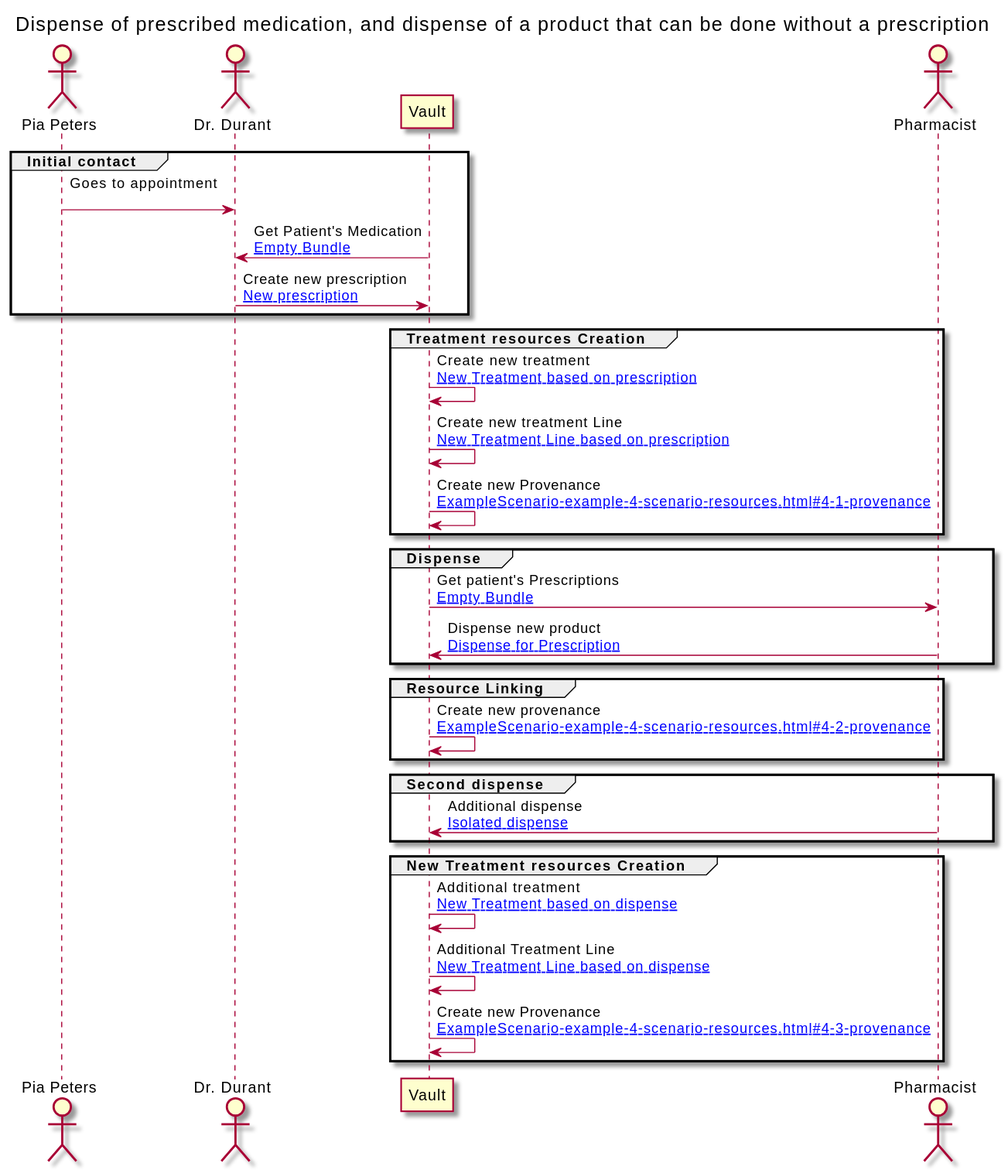
Earlier version of the PlantUML export branches/master/ExampleScenario-example-4-scenario.svg (jcostateixeira/riziv-medication-record).
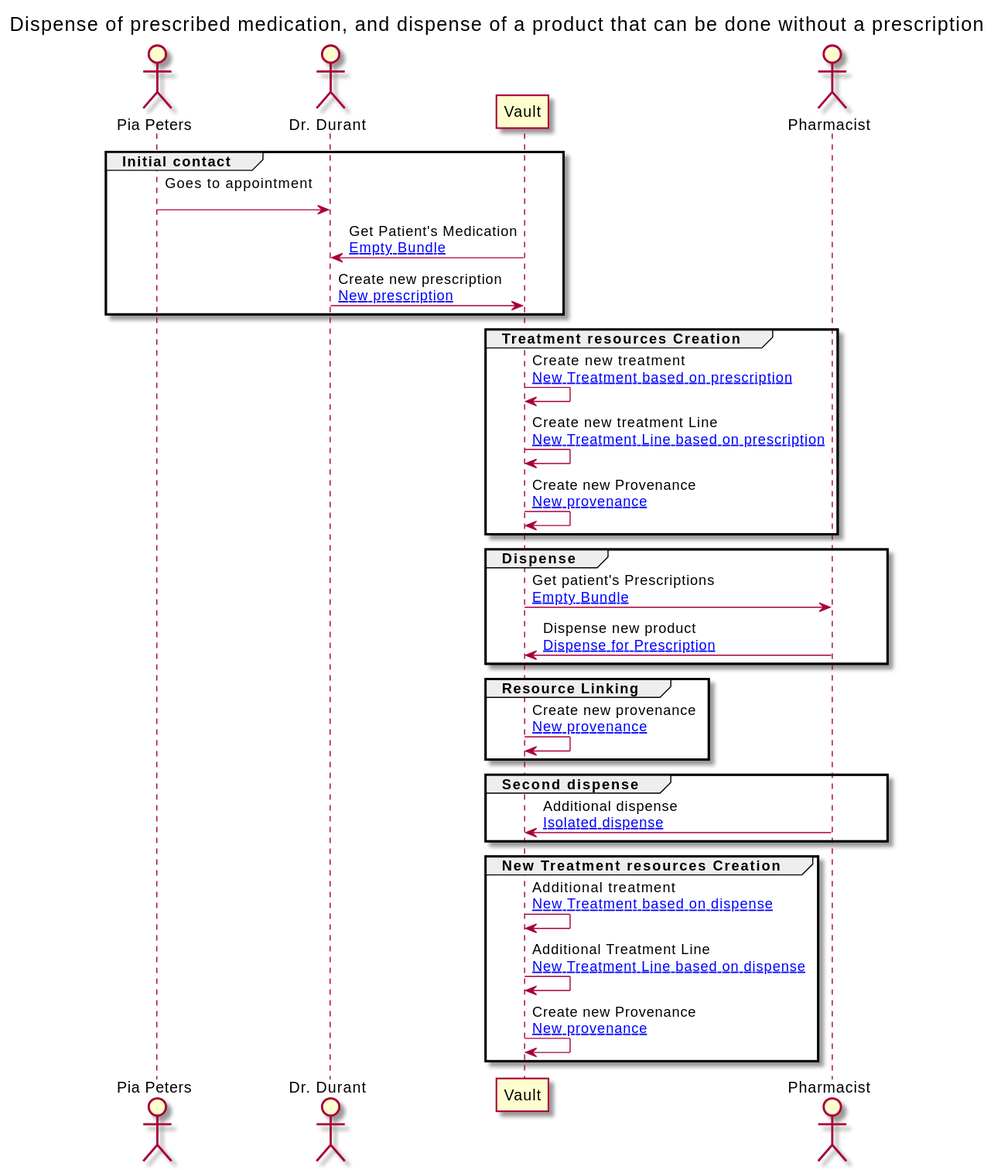
After the change.

The edit, as a diff of the source:
```diff
@@ -24,7 +24,7 @@
 
 VAULT -> VAULT : Create new treatment\n[[ExampleScenario-example-4-scenario-resources.html#4-1-treatment New Treatment based on prescription]]
 VAULT -> VAULT : Create new treatment Line\n[[ExampleScenario-example-4-scenario-resources.html#4-1-treatmentLine New Treatment Line based on prescription]]
-VAULT -> VAULT : Create new Provenance\n[[ExampleScenario-example-4-scenario-resources.html#4-1-provenance ]]
+VAULT -> VAULT : Create new Provenance\n[[ExampleScenario-example-4-scenario-resources.html#4-1-provenance New provenance]]
 end
 
 group Dispense
@@ -35,7 +35,7 @@
 
 group Resource Linking
 
-VAULT -> VAULT : Create new provenance\n[[ExampleScenario-example-4-scenario-resources.html#4-2-provenance ]]
+VAULT -> VAULT : Create new provenance\n[[ExampleScenario-example-4-scenario-resources.html#4-2-provenance New provenance]]
 end
 
 group Second dispense
@@ -47,7 +47,7 @@
 
 VAULT -> VAULT : Additional treatment\n[[ExampleScenario-example-4-scenario-resources.html#4-2-treatment New Treatment based on dispense]]
 VAULT -> VAULT : Additional Treatment Line\n[[ExampleScenario-example-4-scenario-resources.html#4-2-treatmentLine New Treatment Line based on dispense]]
-VAULT -> VAULT : Create new Provenance\n[[ExampleScenario-example-4-scenario-resources.html#4-3-provenance ]]
+VAULT -> VAULT : Create new Provenance\n[[ExampleScenario-example-4-scenario-resources.html#4-3-provenance New provenance]]
 end
 
 
```
